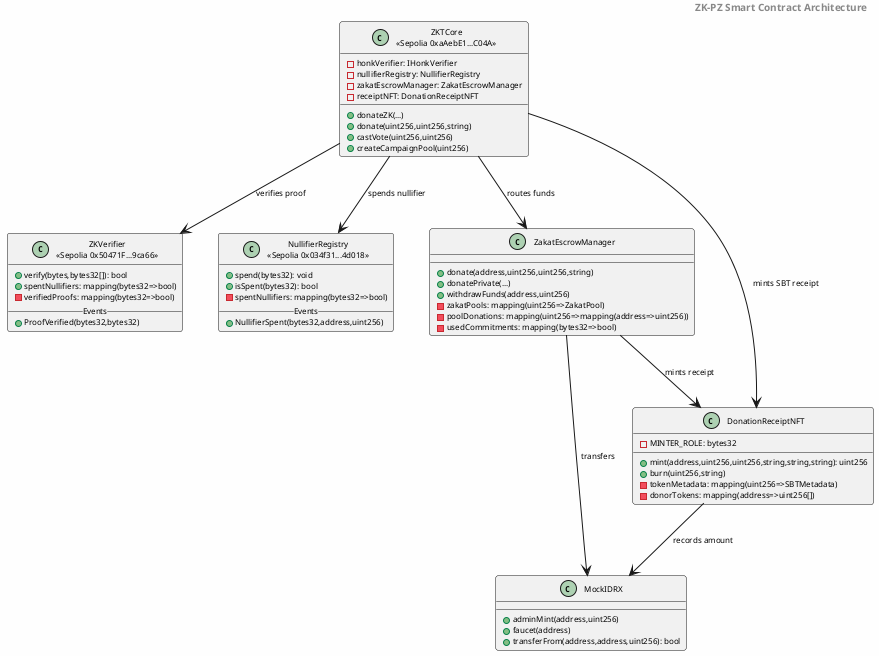
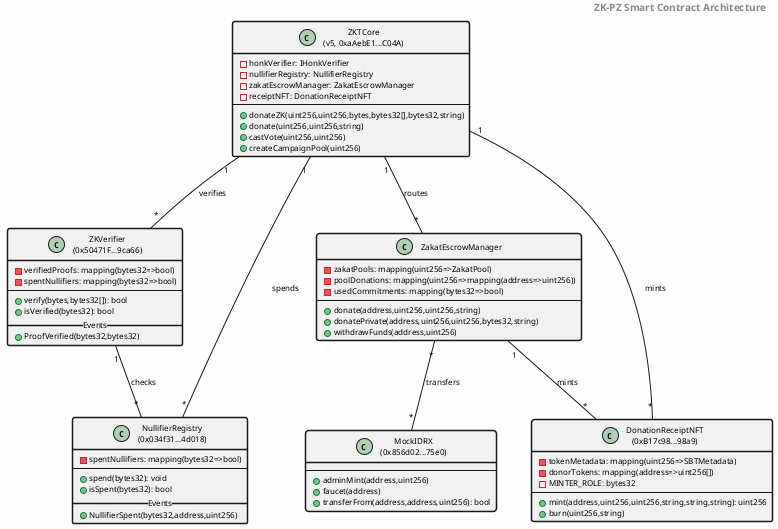
@startuml
skinparam backgroundColor #FEFEFE
skinparam shadowing false
- skinparam defaultFontName Arial
+ skinparam defaultFontName Times-Roman
skinparam defaultFontSize 8
- skinparam classPadding 2
+ skinparam classBorderThickness 1.5

header <b>ZK-PZ Smart Contract Architecture</b>

- class "ZKTCore\n<<Sepolia 0xaAebE1...C04A>>" as ZKTCore {
-   + donateZK(...)
-   + donate(uint256,uint256,string)
-   + castVote(uint256,uint256)
-   + createCampaignPool(uint256)
+ class "ZKTCore\n(v5, 0xaAebE1...C04A)" as ZKTCore {
  - honkVerifier: IHonkVerifier
  - nullifierRegistry: NullifierRegistry
  - zakatEscrowManager: ZakatEscrowManager
  - receiptNFT: DonationReceiptNFT
+   --
+   + donateZK(uint256,uint256,bytes,bytes32[],bytes32,string)
+   + donate(uint256,uint256,string)
+   + castVote(uint256,uint256)
+   + createCampaignPool(uint256)
}

- class "ZKVerifier\n<<Sepolia 0x50471F...9ca66>>" as ZKVerifier {
+ class "ZKVerifier\n(0x50471F...9ca66)" as ZKVerifier {
+   - verifiedProofs: mapping(bytes32=>bool)
+   - spentNullifiers: mapping(bytes32=>bool)
+   --
  + verify(bytes,bytes32[]): bool
-   + spentNullifiers: mapping(bytes32=>bool)
-   - verifiedProofs: mapping(bytes32=>bool)
+   + isVerified(bytes32): bool
  __Events__
  + ProofVerified(bytes32,bytes32)
}

- class "NullifierRegistry\n<<Sepolia 0x034f31...4d018>>" as NullifierRegistry {
+ class "NullifierRegistry\n(0x034f31...4d018)" as NullifierRegistry {
+   - spentNullifiers: mapping(bytes32=>bool)
+   --
  + spend(bytes32): void
  + isSpent(bytes32): bool
-   - spentNullifiers: mapping(bytes32=>bool)
  __Events__
  + NullifierSpent(bytes32,address,uint256)
}

class ZakatEscrowManager {
-   + donate(address,uint256,uint256,string)
-   + donatePrivate(...)
-   + withdrawFunds(address,uint256)
  - zakatPools: mapping(uint256=>ZakatPool)
  - poolDonations: mapping(uint256=>mapping(address=>uint256))
  - usedCommitments: mapping(bytes32=>bool)
+   --
+   + donate(address,uint256,uint256,string)
+   + donatePrivate(address,uint256,uint256,bytes32,string)
+   + withdrawFunds(address,uint256)
}

- class DonationReceiptNFT {
-   + mint(address,uint256,uint256,string,string,string): uint256
-   + burn(uint256,string)
+ class "DonationReceiptNFT\n(0xB17c98...98a9)" as DonationReceiptNFT {
  - tokenMetadata: mapping(uint256=>SBTMetadata)
  - donorTokens: mapping(address=>uint256[])
  - MINTER_ROLE: bytes32
+   --
+   + mint(address,uint256,uint256,string,string,string): uint256
+   + burn(uint256,string)
}

- class MockIDRX {
+ class "MockIDRX\n(0x856d02...75e0)" as MockIDRX {
+   --
  + adminMint(address,uint256)
  + faucet(address)
  + transferFrom(address,address,uint256): bool
}

- ZKTCore --> ZKVerifier : verifies proof
- ZKTCore --> NullifierRegistry : spends nullifier
- ZKTCore --> ZakatEscrowManager : routes funds
- ZKTCore --> DonationReceiptNFT : mints SBT receipt
- ZakatEscrowManager --> MockIDRX : transfers
- ZakatEscrowManager --> DonationReceiptNFT : mints receipt
- DonationReceiptNFT --> MockIDRX : records amount
+ ZKTCore "1" -- "*" ZKVerifier : verifies
+ ZKTCore "1" -- "*" NullifierRegistry : spends
+ ZKTCore "1" -- "*" ZakatEscrowManager : routes
+ ZKTCore "1" -- "*" DonationReceiptNFT : mints
+ ZakatEscrowManager "*" -- "*" MockIDRX : transfers
+ ZakatEscrowManager "1" -- "*" DonationReceiptNFT : mints
+ ZKVerifier "1" -- "*" NullifierRegistry : checks

@enduml
